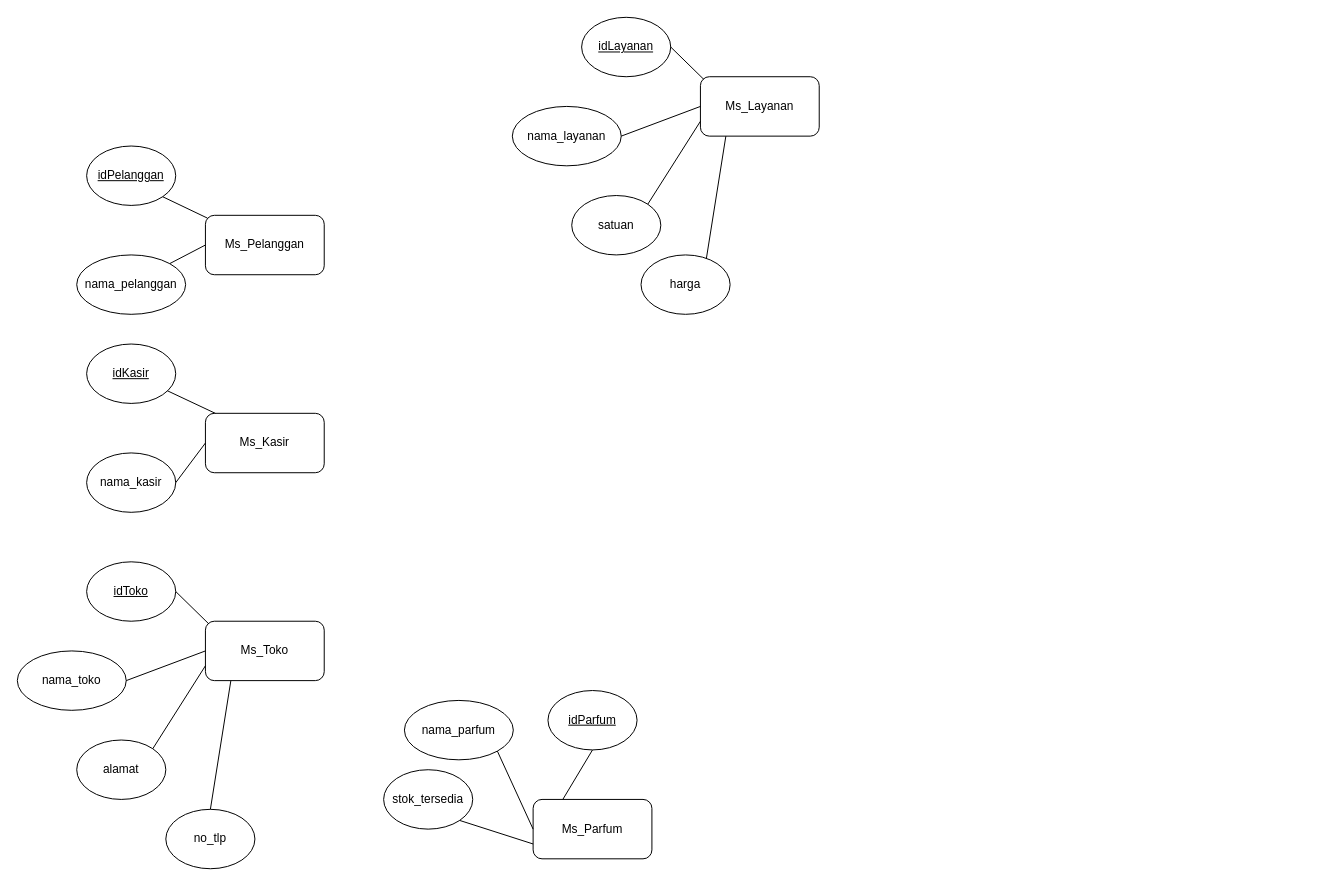
Above: ERD-BestLaundry.drawio in xnoname2003/flowchart (draw.io), before the change. Source tidied: cells renumbered, new cells numbered last; positions are measured from the earlier drawing's top-left corner, leaving out a move shared by most shapes. Both pictures are drawn from the tidied source at 99%, with x=0, y=0 at pixel (17, 17).
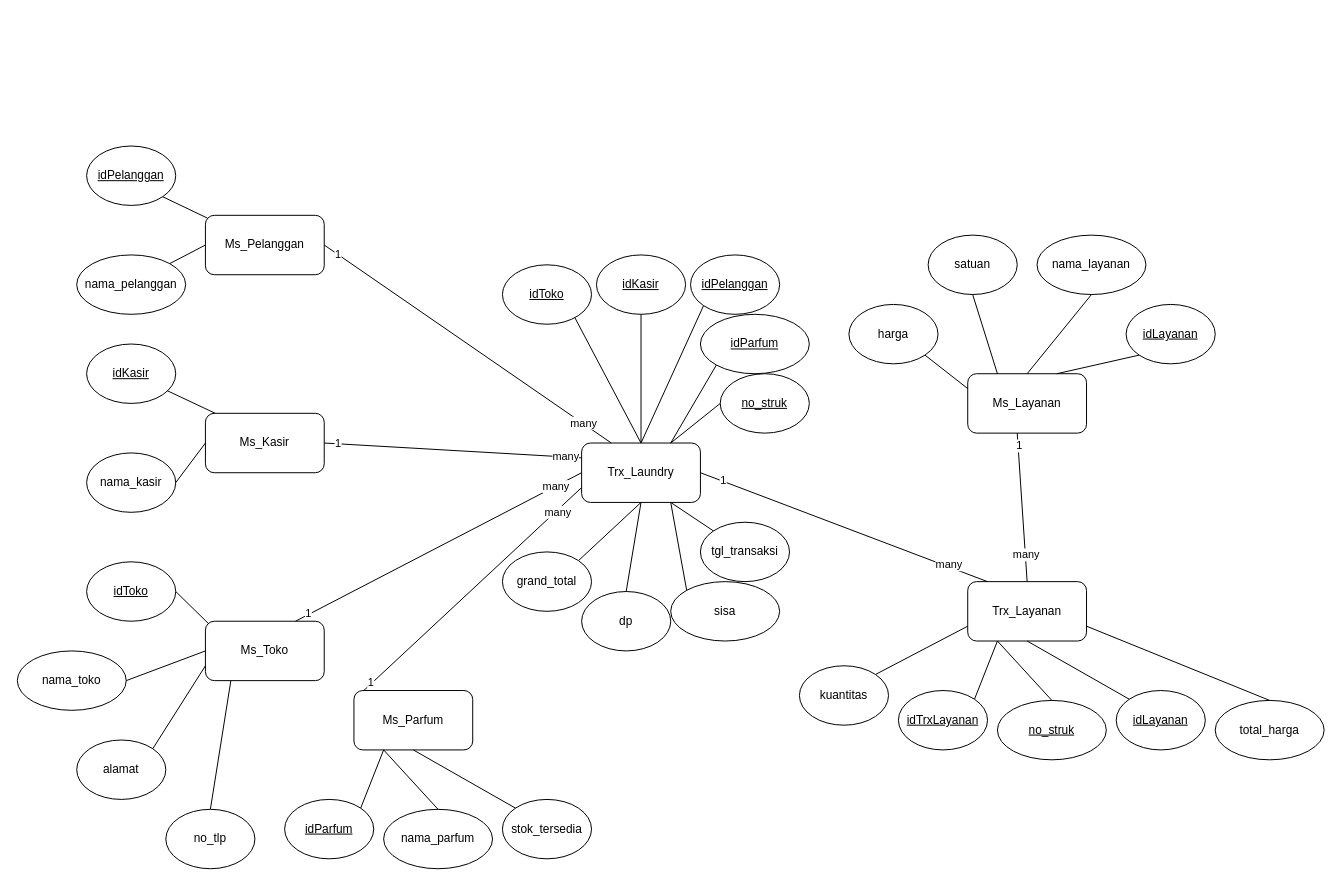
The same diagram, later.

The change refers to these unchanged cells:
```xml
<mxCell id="2" value="Ms_Kasir" style="rounded=1;whiteSpace=wrap;html=1;" parent="1" vertex="1">
  <mxGeometry x="190" y="400" width="120" height="60" as="geometry" />
</mxCell>
<mxCell id="5" value="Ms_Pelanggan" style="rounded=1;whiteSpace=wrap;html=1;" parent="1" vertex="1">
  <mxGeometry x="190" y="200" width="120" height="60" as="geometry" />
</mxCell>
```

The edit, as a diff of the source:
```diff
@@
     <mxCell id="21" value="Ms_Parfum" style="rounded=1;whiteSpace=wrap;html=1;" parent="1" vertex="1">
-      <mxGeometry x="521" y="790" width="120" height="60" as="geometry" />
+      <mxGeometry x="340" y="680" width="120" height="60" as="geometry" />
     </mxCell>
     <mxCell id="22" value="&lt;u&gt;idParfum&lt;/u&gt;" style="ellipse;whiteSpace=wrap;html=1;" parent="1" vertex="1">
-      <mxGeometry x="536" y="680" width="90" height="60" as="geometry" />
+      <mxGeometry x="270" y="790" width="90" height="60" as="geometry" />
     </mxCell>
     <mxCell id="23" value="nama_parfum" style="ellipse;whiteSpace=wrap;html=1;" parent="1" vertex="1">
-      <mxGeometry x="391" y="690" width="110" height="60" as="geometry" />
+      <mxGeometry x="370" y="800" width="110" height="60" as="geometry" />
     </mxCell>
     <mxCell id="24" value="stok_tersedia" style="ellipse;whiteSpace=wrap;html=1;" parent="1" vertex="1">
-      <mxGeometry x="370" y="760" width="90" height="60" as="geometry" />
+      <mxGeometry x="490" y="790" width="90" height="60" as="geometry" />
     </mxCell>
-    <mxCell id="25" style="endArrow=none;html=1;rounded=0;exitX=1;exitY=1;exitDx=0;exitDy=0;entryX=0;entryY=0.5;entryDx=0;entryDy=0;" parent="1" edge="1" source="23" target="21">
+    <mxCell id="25" style="endArrow=none;html=1;rounded=0;exitX=0.5;exitY=0;exitDx=0;exitDy=0;entryX=0.25;entryY=1;entryDx=0;entryDy=0;" parent="1" edge="1" source="23" target="21">
       <mxGeometry relative="1" as="geometry" />
     </mxCell>
-    <mxCell id="26" style="endArrow=none;html=1;rounded=0;exitX=1;exitY=1;exitDx=0;exitDy=0;entryX=0;entryY=0.75;entryDx=0;entryDy=0;" parent="1" edge="1" source="24" target="21">
+    <mxCell id="26" style="endArrow=none;html=1;rounded=0;exitX=0;exitY=0;exitDx=0;exitDy=0;entryX=0.5;entryY=1;entryDx=0;entryDy=0;" parent="1" edge="1" source="24" target="21">
       <mxGeometry relative="1" as="geometry" />
     </mxCell>
-    <mxCell id="27" style="endArrow=none;html=1;rounded=0;exitX=0.5;exitY=1;exitDx=0;exitDy=0;entryX=0.25;entryY=0;entryDx=0;entryDy=0;" parent="1" edge="1" source="22" target="21">
+    <mxCell id="27" style="endArrow=none;html=1;rounded=0;exitX=1;exitY=0;exitDx=0;exitDy=0;entryX=0.25;entryY=1;entryDx=0;entryDy=0;" parent="1" edge="1" source="22" target="21">
       <mxGeometry relative="1" as="geometry" />
     </mxCell>
     <mxCell id="28" value="Ms_Layanan" style="rounded=1;whiteSpace=wrap;html=1;" parent="1" vertex="1">
-      <mxGeometry x="690" y="60" width="120" height="60" as="geometry" />
+      <mxGeometry x="960" y="360" width="120" height="60" as="geometry" />
     </mxCell>
     <mxCell id="29" value="&lt;u&gt;idLayanan&lt;/u&gt;" style="ellipse;whiteSpace=wrap;html=1;" parent="1" vertex="1">
-      <mxGeometry x="570" width="90" height="60" as="geometry" />
+      <mxGeometry x="1120" y="290" width="90" height="60" as="geometry" />
     </mxCell>
     <mxCell id="30" value="nama_layanan" style="ellipse;whiteSpace=wrap;html=1;" parent="1" vertex="1">
-      <mxGeometry x="500" y="90" width="110" height="60" as="geometry" />
+      <mxGeometry x="1030" y="220" width="110" height="60" as="geometry" />
     </mxCell>
     <mxCell id="31" value="satuan" style="ellipse;whiteSpace=wrap;html=1;" parent="1" vertex="1">
-      <mxGeometry x="560" y="180" width="90" height="60" as="geometry" />
+      <mxGeometry x="920" y="220" width="90" height="60" as="geometry" />
     </mxCell>
-    <mxCell id="32" style="endArrow=none;html=1;rounded=0;exitX=1;exitY=0.5;exitDx=0;exitDy=0;entryX=0;entryY=0.5;entryDx=0;entryDy=0;" parent="1" edge="1" source="30" target="28">
+    <mxCell id="32" style="endArrow=none;html=1;rounded=0;exitX=0.5;exitY=1;exitDx=0;exitDy=0;entryX=0.5;entryY=0;entryDx=0;entryDy=0;" parent="1" edge="1" source="30" target="28">
       <mxGeometry relative="1" as="geometry" />
     </mxCell>
-    <mxCell id="33" style="endArrow=none;html=1;rounded=0;exitX=1;exitY=0;exitDx=0;exitDy=0;entryX=0;entryY=0.75;entryDx=0;entryDy=0;" parent="1" edge="1" source="31" target="28">
+    <mxCell id="33" style="endArrow=none;html=1;rounded=0;exitX=0.5;exitY=1;exitDx=0;exitDy=0;entryX=0.25;entryY=0;entryDx=0;entryDy=0;" parent="1" edge="1" source="31" target="28">
       <mxGeometry relative="1" as="geometry" />
     </mxCell>
-    <mxCell id="34" style="endArrow=none;html=1;rounded=0;exitX=0.5;exitY=0;exitDx=0;exitDy=0;entryX=0.214;entryY=1.001;entryDx=0;entryDy=0;entryPerimeter=0;" parent="1" edge="1" target="28">
-      <mxGeometry relative="1" as="geometry">
-        <mxPoint x="695" y="250" as="sourcePoint" />
-      </mxGeometry>
+    <mxCell id="34" style="endArrow=none;html=1;rounded=0;exitX=1;exitY=1;exitDx=0;exitDy=0;entryX=0;entryY=0.25;entryDx=0;entryDy=0;" parent="1" edge="1" source="36" target="28">
+      <mxGeometry relative="1" as="geometry" />
     </mxCell>
-    <mxCell id="35" style="endArrow=none;html=1;rounded=0;exitX=1;exitY=0.5;exitDx=0;exitDy=0;entryX=0.028;entryY=0.044;entryDx=0;entryDy=0;entryPerimeter=0;" parent="1" edge="1" source="29" target="28">
+    <mxCell id="35" style="endArrow=none;html=1;rounded=0;exitX=0;exitY=1;exitDx=0;exitDy=0;entryX=0.75;entryY=0;entryDx=0;entryDy=0;" parent="1" edge="1" source="29" target="28">
       <mxGeometry relative="1" as="geometry" />
     </mxCell>
     <mxCell id="36" value="harga" style="ellipse;whiteSpace=wrap;html=1;" parent="1" vertex="1">
-      <mxGeometry x="630" y="240" width="90" height="60" as="geometry" />
+      <mxGeometry x="840" y="290" width="90" height="60" as="geometry" />
     </mxCell>
+    <mxCell id="37" value="Trx_Laundry" style="rounded=1;whiteSpace=wrap;html=1;" parent="1" vertex="1">
+      <mxGeometry x="570" y="430" width="120" height="60" as="geometry" />
+    </mxCell>
+    <mxCell id="38" value="&lt;u&gt;no_struk&lt;/u&gt;" style="ellipse;whiteSpace=wrap;html=1;" parent="1" vertex="1">
+      <mxGeometry x="710" y="360" width="90" height="60" as="geometry" />
+    </mxCell>
+    <mxCell id="39" value="&lt;u&gt;idParfum&lt;/u&gt;" style="ellipse;whiteSpace=wrap;html=1;" parent="1" vertex="1">
+      <mxGeometry x="690" y="300" width="110" height="60" as="geometry" />
+    </mxCell>
+    <mxCell id="40" value="&lt;u&gt;idPelanggan&lt;/u&gt;" style="ellipse;whiteSpace=wrap;html=1;" parent="1" vertex="1">
+      <mxGeometry x="680" y="240" width="90" height="60" as="geometry" />
+    </mxCell>
+    <mxCell id="41" style="endArrow=none;html=1;rounded=0;exitX=0;exitY=1;exitDx=0;exitDy=0;entryX=0.75;entryY=0;entryDx=0;entryDy=0;" parent="1" edge="1" source="39" target="37">
+      <mxGeometry relative="1" as="geometry" />
+    </mxCell>
+    <mxCell id="42" style="endArrow=none;html=1;rounded=0;exitX=0;exitY=1;exitDx=0;exitDy=0;entryX=0.5;entryY=0;entryDx=0;entryDy=0;" parent="1" edge="1" source="40" target="37">
+      <mxGeometry relative="1" as="geometry" />
+    </mxCell>
+    <mxCell id="43" style="endArrow=none;html=1;rounded=0;exitX=0.5;exitY=1;exitDx=0;exitDy=0;entryX=0.5;entryY=0;entryDx=0;entryDy=0;" parent="1" edge="1" source="45" target="37">
+      <mxGeometry relative="1" as="geometry" />
+    </mxCell>
+    <mxCell id="44" style="endArrow=none;html=1;rounded=0;exitX=0;exitY=0.5;exitDx=0;exitDy=0;entryX=0.75;entryY=0;entryDx=0;entryDy=0;" parent="1" edge="1" source="38" target="37">
+      <mxGeometry relative="1" as="geometry" />
+    </mxCell>
+    <mxCell id="45" value="&lt;u&gt;idKasir&lt;/u&gt;" style="ellipse;whiteSpace=wrap;html=1;" parent="1" vertex="1">
+      <mxGeometry x="585" y="240" width="90" height="60" as="geometry" />
+    </mxCell>
+    <mxCell id="46" style="endArrow=none;html=1;rounded=0;exitX=0.5;exitY=0;exitDx=0;exitDy=0;entryX=0.5;entryY=0;entryDx=0;entryDy=0;" parent="1" edge="1" source="47" target="37">
+      <mxGeometry relative="1" as="geometry" />
+    </mxCell>
+    <mxCell id="47" value="&lt;u&gt;idToko&lt;/u&gt;" style="ellipse;whiteSpace=wrap;html=1;" parent="1" vertex="1">
+      <mxGeometry x="490" y="250" width="90" height="60" as="geometry" />
+    </mxCell>
+    <mxCell id="48" value="tgl_transaksi" style="ellipse;whiteSpace=wrap;html=1;" parent="1" vertex="1">
+      <mxGeometry x="690" y="510" width="90" height="60" as="geometry" />
+    </mxCell>
+    <mxCell id="49" value="sisa" style="ellipse;whiteSpace=wrap;html=1;" parent="1" vertex="1">
+      <mxGeometry x="660" y="570" width="110" height="60" as="geometry" />
+    </mxCell>
+    <mxCell id="50" value="dp" style="ellipse;whiteSpace=wrap;html=1;" parent="1" vertex="1">
+      <mxGeometry x="570" y="580" width="90" height="60" as="geometry" />
+    </mxCell>
+    <mxCell id="51" style="endArrow=none;html=1;rounded=0;exitX=0;exitY=0;exitDx=0;exitDy=0;entryX=0.75;entryY=1;entryDx=0;entryDy=0;" parent="1" edge="1" source="49" target="37">
+      <mxGeometry relative="1" as="geometry" />
+    </mxCell>
+    <mxCell id="52" style="endArrow=none;html=1;rounded=0;exitX=0.5;exitY=0;exitDx=0;exitDy=0;entryX=0.5;entryY=1;entryDx=0;entryDy=0;" parent="1" edge="1" source="50" target="37">
+      <mxGeometry relative="1" as="geometry" />
+    </mxCell>
+    <mxCell id="53" style="endArrow=none;html=1;rounded=0;exitX=1;exitY=0;exitDx=0;exitDy=0;entryX=0.5;entryY=1;entryDx=0;entryDy=0;" parent="1" edge="1" source="55" target="37">
+      <mxGeometry relative="1" as="geometry" />
+    </mxCell>
+    <mxCell id="54" style="endArrow=none;html=1;rounded=0;exitX=0;exitY=0;exitDx=0;exitDy=0;entryX=0.75;entryY=1;entryDx=0;entryDy=0;" parent="1" edge="1" source="48" target="37">
+      <mxGeometry relative="1" as="geometry" />
+    </mxCell>
+    <mxCell id="55" value="grand_total" style="ellipse;whiteSpace=wrap;html=1;" parent="1" vertex="1">
+      <mxGeometry x="490" y="540" width="90" height="60" as="geometry" />
+    </mxCell>
+    <mxCell id="56" value="Trx_Layanan" style="rounded=1;whiteSpace=wrap;html=1;" parent="1" vertex="1">
+      <mxGeometry x="960" y="570" width="120" height="60" as="geometry" />
+    </mxCell>
+    <mxCell id="57" value="&lt;u&gt;idTrxLayanan&lt;/u&gt;" style="ellipse;whiteSpace=wrap;html=1;" parent="1" vertex="1">
+      <mxGeometry x="890" y="680" width="90" height="60" as="geometry" />
+    </mxCell>
+    <mxCell id="58" value="&lt;u&gt;no_struk&lt;/u&gt;" style="ellipse;whiteSpace=wrap;html=1;" parent="1" vertex="1">
+      <mxGeometry x="990" y="690" width="110" height="60" as="geometry" />
+    </mxCell>
+    <mxCell id="59" value="&lt;u&gt;idLayanan&lt;/u&gt;" style="ellipse;whiteSpace=wrap;html=1;" parent="1" vertex="1">
+      <mxGeometry x="1110" y="680" width="90" height="60" as="geometry" />
+    </mxCell>
+    <mxCell id="60" style="endArrow=none;html=1;rounded=0;exitX=0.5;exitY=0;exitDx=0;exitDy=0;entryX=0.25;entryY=1;entryDx=0;entryDy=0;" parent="1" edge="1" source="58" target="56">
+      <mxGeometry relative="1" as="geometry" />
+    </mxCell>
+    <mxCell id="61" style="endArrow=none;html=1;rounded=0;exitX=0;exitY=0;exitDx=0;exitDy=0;entryX=0.5;entryY=1;entryDx=0;entryDy=0;" parent="1" edge="1" source="59" target="56">
+      <mxGeometry relative="1" as="geometry" />
+    </mxCell>
+    <mxCell id="62" style="endArrow=none;html=1;rounded=0;exitX=1;exitY=0;exitDx=0;exitDy=0;entryX=0.25;entryY=1;entryDx=0;entryDy=0;" parent="1" edge="1" source="57" target="56">
+      <mxGeometry relative="1" as="geometry" />
+    </mxCell>
+    <mxCell id="63" value="kuantitas" style="ellipse;whiteSpace=wrap;html=1;" parent="1" vertex="1">
+      <mxGeometry x="790" y="655" width="90" height="60" as="geometry" />
+    </mxCell>
+    <mxCell id="64" value="total_harga" style="ellipse;whiteSpace=wrap;html=1;" parent="1" vertex="1">
+      <mxGeometry x="1210" y="690" width="110" height="60" as="geometry" />
+    </mxCell>
+    <mxCell id="65" style="endArrow=none;html=1;rounded=0;exitX=0.5;exitY=0;exitDx=0;exitDy=0;entryX=1;entryY=0.75;entryDx=0;entryDy=0;" parent="1" edge="1" source="64" target="56">
+      <mxGeometry relative="1" as="geometry" />
+    </mxCell>
+    <mxCell id="66" style="endArrow=none;html=1;rounded=0;exitX=1;exitY=0;exitDx=0;exitDy=0;entryX=0;entryY=0.75;entryDx=0;entryDy=0;" parent="1" edge="1" source="63" target="56">
+      <mxGeometry relative="1" as="geometry" />
+    </mxCell>
+    <mxCell id="67" style="endArrow=none;html=1;rounded=0;exitX=1;exitY=0.5;exitDx=0;exitDy=0;entryX=0.25;entryY=0;entryDx=0;entryDy=0;" parent="1" edge="1" source="5" target="37">
+      <mxGeometry relative="1" as="geometry" />
+    </mxCell>
+    <mxCell id="68" value="1" style="edgeLabel;html=1;align=center;verticalAlign=middle;" parent="67" vertex="1">
+      <mxGeometry x="-0.91" relative="1" as="geometry" />
+    </mxCell>
+    <mxCell id="69" value="many" style="edgeLabel;html=1;align=center;verticalAlign=middle;" parent="67" vertex="1">
+      <mxGeometry x="0.8" y="1" relative="1" as="geometry" />
+    </mxCell>
+    <mxCell id="70" style="endArrow=none;html=1;rounded=0;exitX=1;exitY=0.5;exitDx=0;exitDy=0;entryX=0;entryY=0.25;entryDx=0;entryDy=0;" parent="1" edge="1" source="2" target="37">
+      <mxGeometry relative="1" as="geometry" />
+    </mxCell>
+    <mxCell id="71" value="1" style="edgeLabel;html=1;align=center;verticalAlign=middle;" parent="70" vertex="1">
+      <mxGeometry x="-0.89" relative="1" as="geometry" />
+    </mxCell>
+    <mxCell id="72" value="many" style="edgeLabel;html=1;align=center;verticalAlign=middle;" parent="70" vertex="1">
+      <mxGeometry x="0.87" y="1" relative="1" as="geometry" />
+    </mxCell>
+    <mxCell id="73" style="endArrow=none;html=1;rounded=0;exitX=0.75;exitY=0;exitDx=0;exitDy=0;entryX=0;entryY=0.5;entryDx=0;entryDy=0;" parent="1" edge="1" target="37">
+      <mxGeometry relative="1" as="geometry">
+        <mxPoint x="281" y="610" as="sourcePoint" />
+      </mxGeometry>
+    </mxCell>
+    <mxCell id="74" value="1" style="edgeLabel;html=1;align=center;verticalAlign=middle;" parent="73" vertex="1">
+      <mxGeometry x="-0.91" y="2" relative="1" as="geometry" />
+    </mxCell>
+    <mxCell id="75" value="many" style="edgeLabel;html=1;align=center;verticalAlign=middle;" parent="73" vertex="1">
+      <mxGeometry x="0.82" relative="1" as="geometry" />
+    </mxCell>
+    <mxCell id="76" style="endArrow=none;html=1;rounded=0;entryX=0;entryY=0.75;entryDx=0;entryDy=0;" parent="1" edge="1" target="37">
+      <mxGeometry relative="1" as="geometry">
+        <mxPoint x="350" y="680" as="sourcePoint" />
+      </mxGeometry>
+    </mxCell>
+    <mxCell id="77" value="1" style="edgeLabel;html=1;align=center;verticalAlign=middle;" parent="76" vertex="1">
+      <mxGeometry x="-0.93" y="2" relative="1" as="geometry" />
+    </mxCell>
+    <mxCell id="78" value="many" style="edgeLabel;html=1;align=center;verticalAlign=middle;" parent="76" vertex="1">
+      <mxGeometry x="0.77" y="-1" relative="1" as="geometry" />
+    </mxCell>
+    <mxCell id="79" style="endArrow=none;html=1;rounded=0;entryX=1;entryY=0.5;entryDx=0;entryDy=0;" parent="1" edge="1" target="37">
+      <mxGeometry relative="1" as="geometry">
+        <mxPoint x="980" y="570" as="sourcePoint" />
+      </mxGeometry>
+    </mxCell>
+    <mxCell id="80" value="many" style="edgeLabel;html=1;align=center;verticalAlign=middle;" parent="79" vertex="1">
+      <mxGeometry x="-0.72" y="-2" relative="1" as="geometry" />
+    </mxCell>
+    <mxCell id="81" value="1" style="edgeLabel;html=1;align=center;verticalAlign=middle;" parent="79" vertex="1">
+      <mxGeometry x="0.85" y="-1" relative="1" as="geometry" />
+    </mxCell>
+    <mxCell id="82" style="endArrow=none;html=1;rounded=0;exitX=0.5;exitY=0;exitDx=0;exitDy=0;" parent="1" edge="1" source="56">
+      <mxGeometry relative="1" as="geometry">
+        <mxPoint x="1010" y="420" as="targetPoint" />
+      </mxGeometry>
+    </mxCell>
+    <mxCell id="83" value="1" style="edgeLabel;html=1;align=center;verticalAlign=middle;" parent="82" vertex="1">
+      <mxGeometry x="0.84" y="-1" relative="1" as="geometry" />
+    </mxCell>
+    <mxCell id="84" value="many" style="edgeLabel;html=1;align=center;verticalAlign=middle;" parent="82" vertex="1">
+      <mxGeometry x="-0.63" relative="1" as="geometry" />
+    </mxCell>
```
